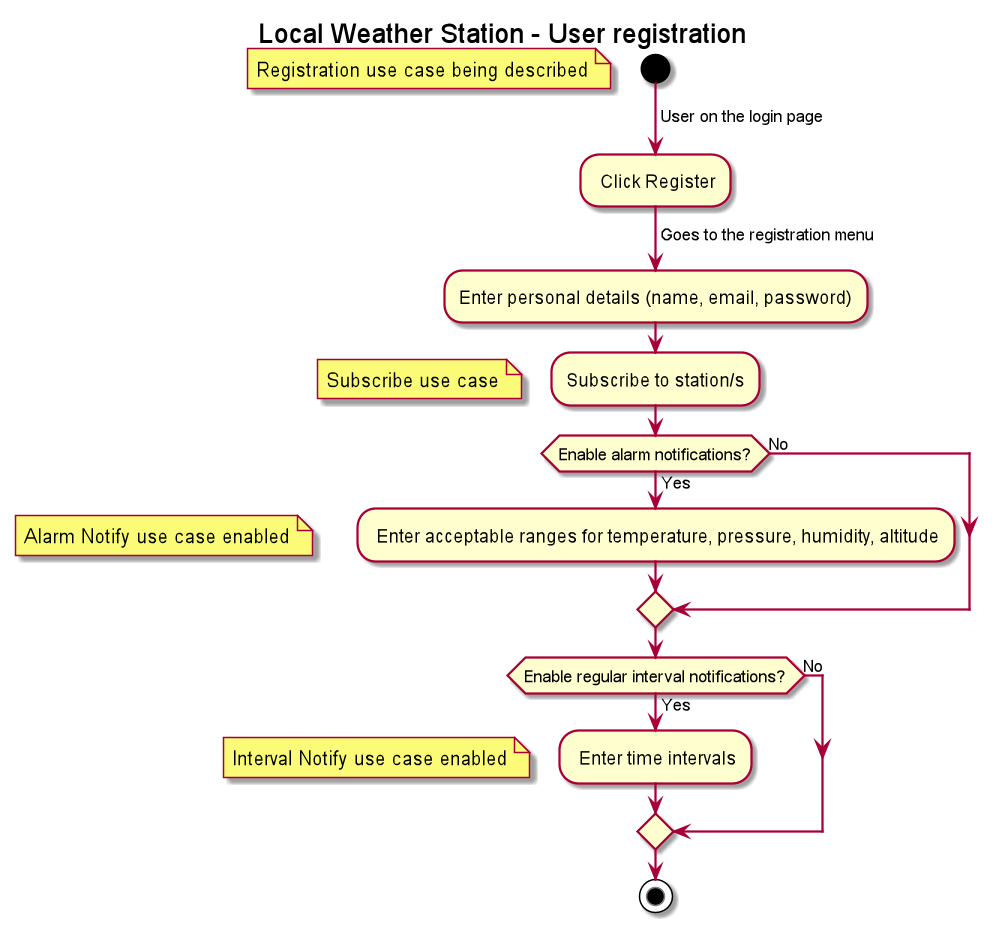
Before: diagrams/activity/Local_Weather_Station_User_registration.png, a diagram exported from PlantUML (ooad-sv/semester-project-design).
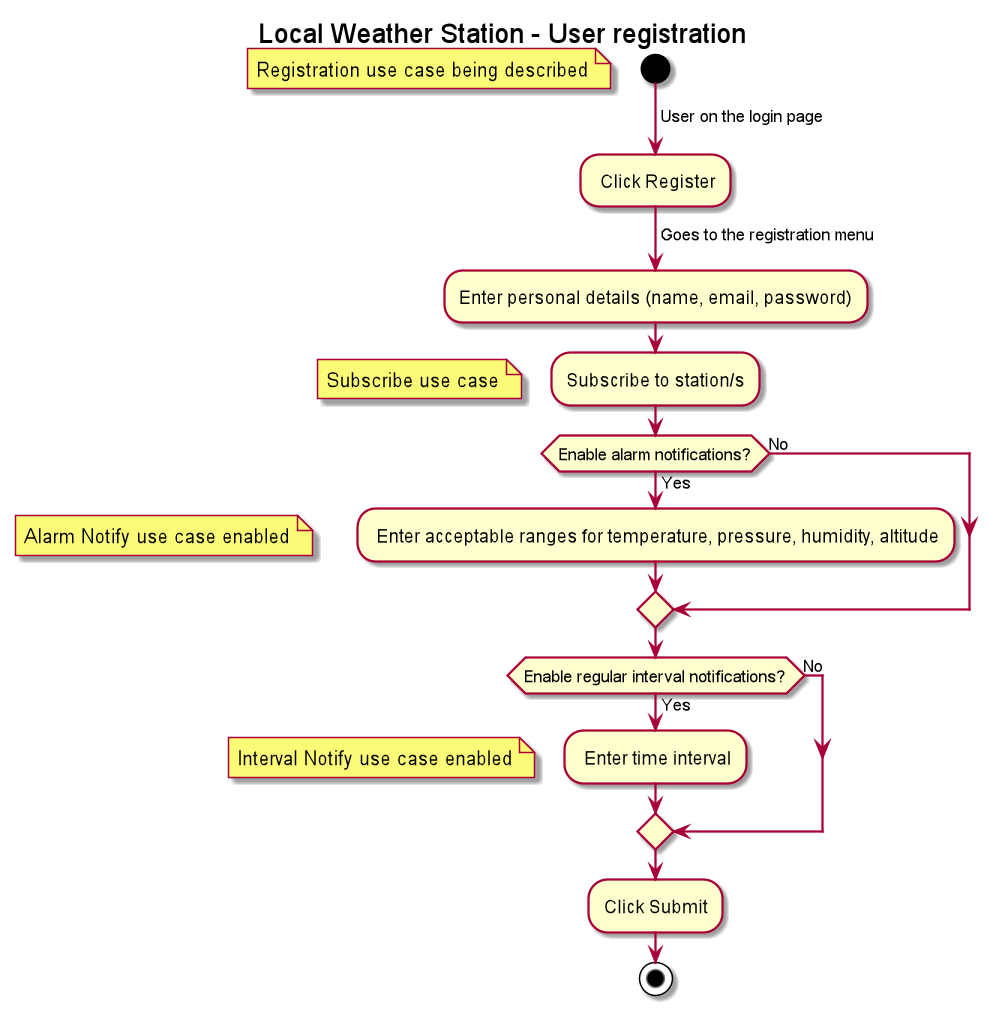
After the change.

Commit message:
sequence diagrams

What changed in the source:
```diff
@@ -14,9 +14,10 @@
 else (No)
 endif
 if(Enable regular interval notifications?) then (Yes)
-    : Enter time intervals;
+    : Enter time interval;
     floating note left: Interval Notify use case enabled
 else (No)
 endif
+:Click Submit;
 stop
 @enduml
```
